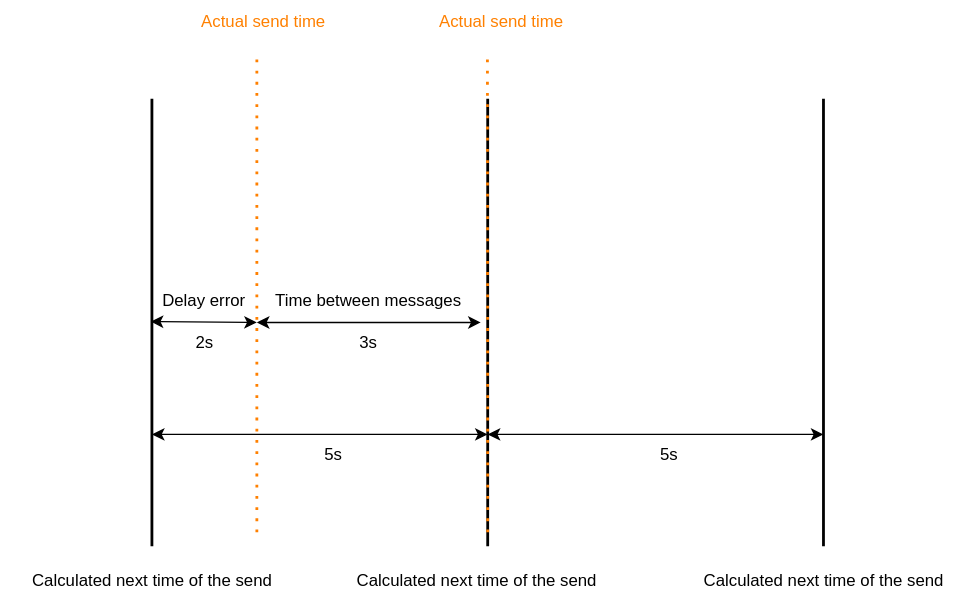
Before: docs/thesis/images/daf-message-period.svg, a diagram exported from draw.io (davidhozic/discord-advertisement-framework). Source tidied: cells renumbered, new cells last; positions are measured from the earlier drawing's top-left corner, leaving out a move shared by most shapes.
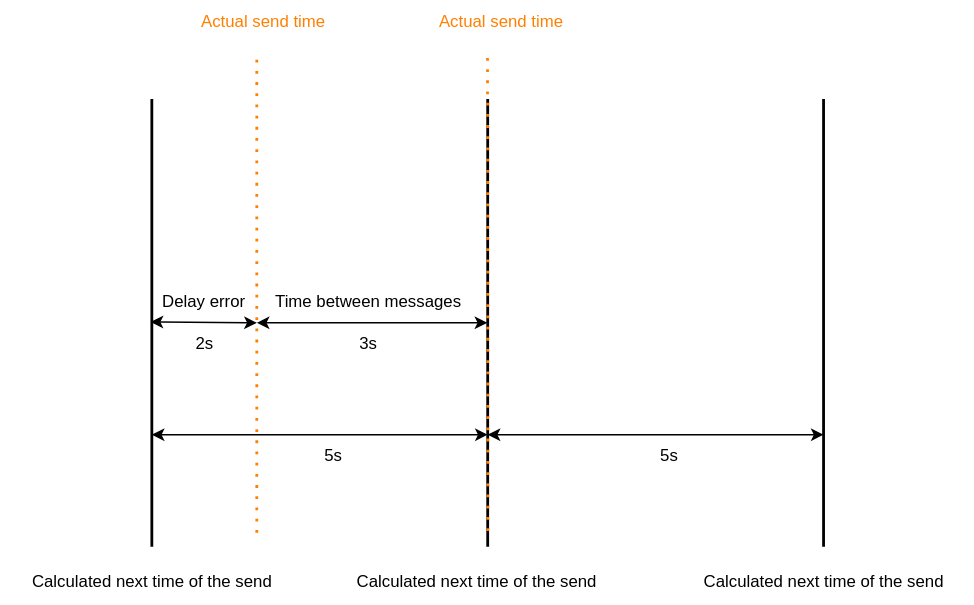
After the change.

The edit, as a diff of the source:
```diff
@@ -55,22 +55,20 @@
     <mxCell id="17" value="3s" style="text;html=1;strokeColor=none;fillColor=none;align=center;verticalAlign=middle;whiteSpace=wrap;rounded=0;" parent="1" vertex="1">
       <mxGeometry x="237" y="230" width="50" height="30" as="geometry" />
     </mxCell>
-    <mxCell id="18" style="endArrow=classic;startArrow=classic;html=1;rounded=0;strokeColor=#000000;exitX=0;exitY=1;exitDx=0;exitDy=0;" parent="1" edge="1" source="15">
-      <mxGeometry relative="1" as="geometry">
-        <mxPoint x="342" y="230" as="targetPoint" />
-      </mxGeometry>
-    </mxCell>
-    <mxCell id="19" style="endArrow=none;dashed=1;html=1;dashPattern=1 3;strokeWidth=2;rounded=0;strokeColor=#FF8000;" parent="1" edge="1">
-      <mxGeometry relative="1" as="geometry">
-        <mxPoint x="347" y="380" as="sourcePoint" />
-        <mxPoint x="346.8" y="41.2" as="targetPoint" />
-      </mxGeometry>
-    </mxCell>
     <mxCell id="20" value="Calculated next time of the send" style="text;html=1;strokeColor=none;fillColor=none;align=center;verticalAlign=middle;whiteSpace=wrap;rounded=0;" parent="1" vertex="1">
       <mxGeometry x="232" y="400" width="215" height="30" as="geometry" />
     </mxCell>
     <mxCell id="21" value="Calculated next time of the send" style="text;html=1;strokeColor=none;fillColor=none;align=center;verticalAlign=middle;whiteSpace=wrap;rounded=0;" parent="1" vertex="1">
       <mxGeometry x="479.5" y="400" width="215" height="30" as="geometry" />
     </mxCell>
+    <mxCell id="19" style="endArrow=none;dashed=1;html=1;dashPattern=1 3;strokeWidth=2;rounded=0;strokeColor=#FF8000;" parent="1" edge="1">
+      <mxGeometry relative="1" as="geometry">
+        <mxPoint x="347.1" y="378.8" as="sourcePoint" />
+        <mxPoint x="346.9" y="40" as="targetPoint" />
+      </mxGeometry>
+    </mxCell>
+    <mxCell id="22" style="endArrow=classic;startArrow=classic;html=1;rounded=0;exitX=0;exitY=1;exitDx=0;exitDy=0;entryX=0.5;entryY=0.531;entryDx=0;entryDy=0;entryPerimeter=0;" parent="1" edge="1" source="15" target="3">
+      <mxGeometry relative="1" as="geometry" />
+    </mxCell>
   </root>
 </mxGraphModel>
```
